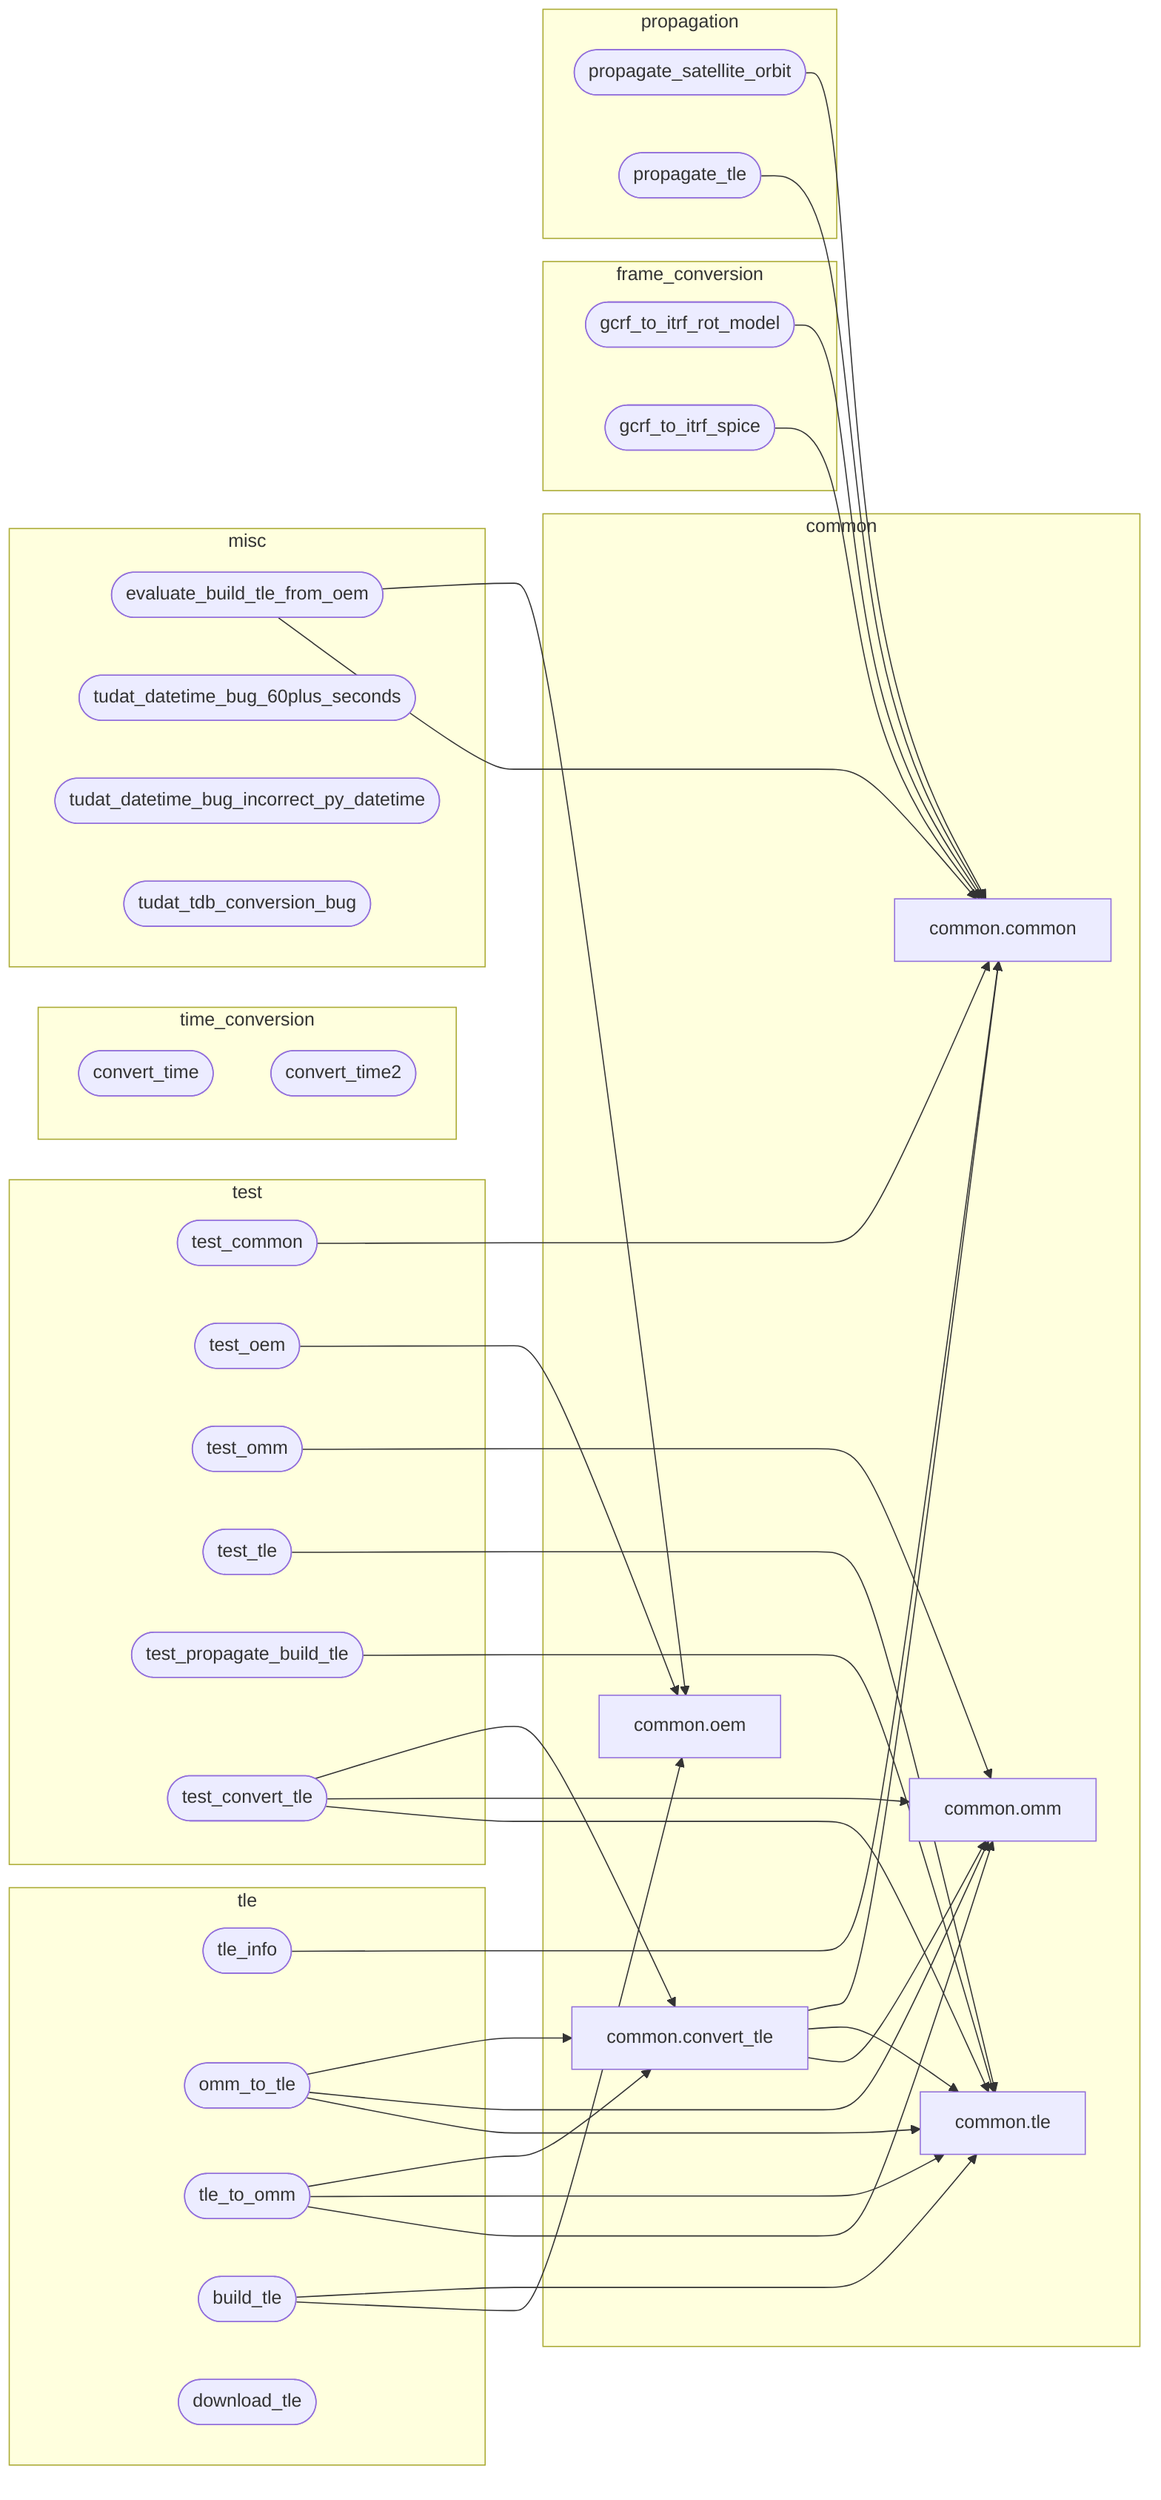
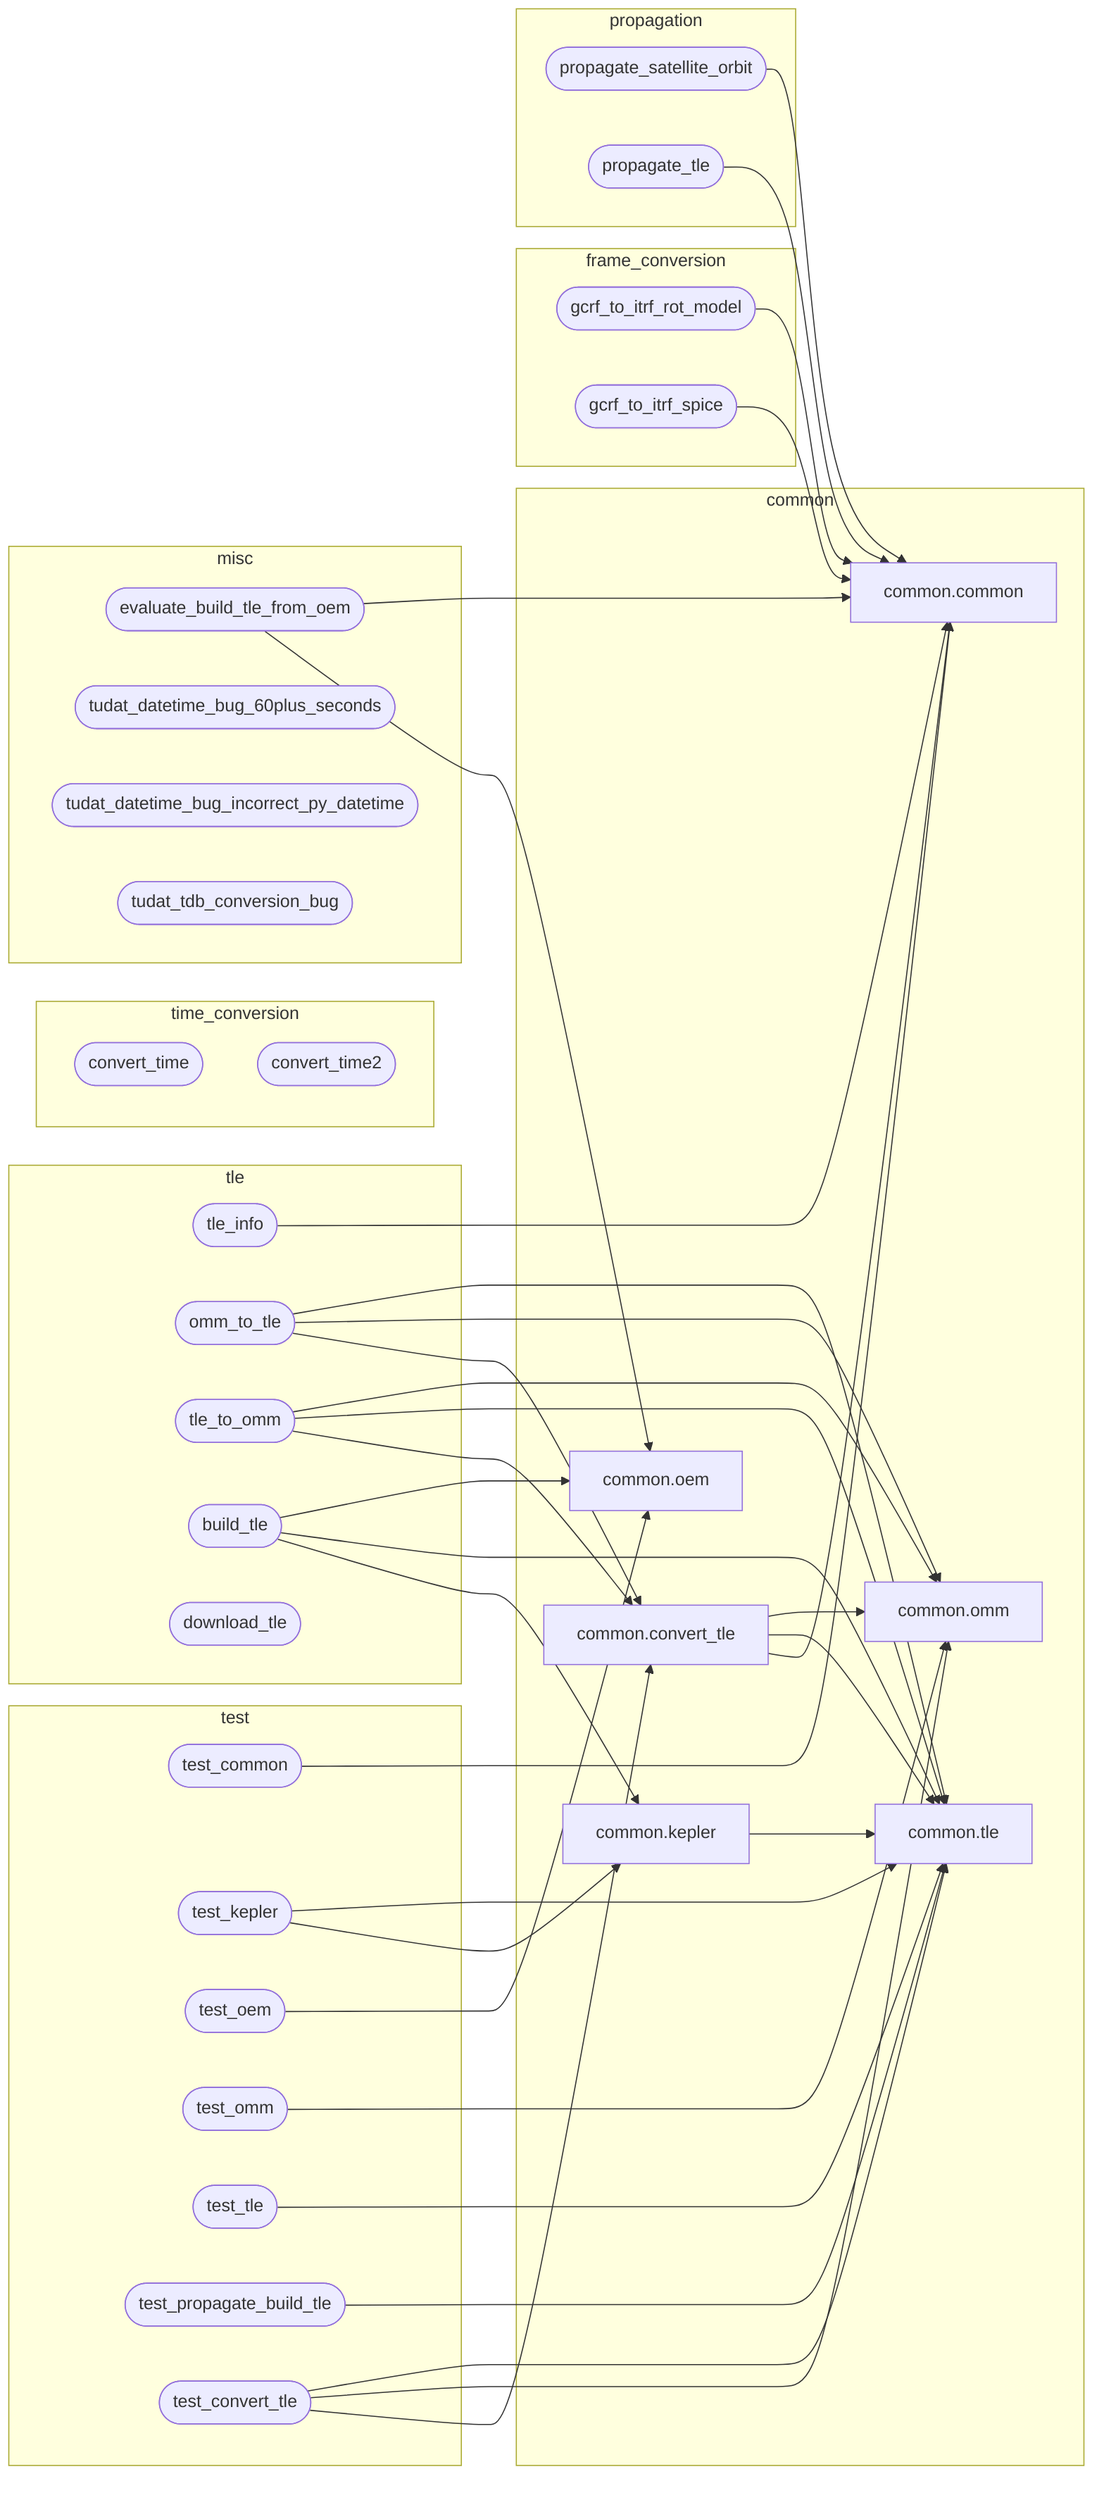
---
config:
  flowchart:
    curve: basis
---
graph LR

%% Internal Python module dependencies
%% Standalone scripts use stadium shape ([...])
%% Library modules use default rectangle shape [...]

    subgraph common
        mod_common_common[common.common]
+         mod_common_kepler[common.kepler]
        mod_common_oem[common.oem]
        mod_common_tle[common.tle]
        mod_common_omm[common.omm]
        mod_common_convert_tle[common.convert_tle]
    end

    subgraph frame_conversion
        mod_frame_conversion_gcrf_to_itrf_rot_model([gcrf_to_itrf_rot_model])
        mod_frame_conversion_gcrf_to_itrf_spice([gcrf_to_itrf_spice])
    end

    subgraph propagation
        mod_propagation_propagate_satellite_orbit([propagate_satellite_orbit])
        mod_propagation_propagate_tle([propagate_tle])
    end

    subgraph tle
        mod_tle_tle_info([tle_info])
        mod_tle_omm_to_tle([omm_to_tle])
        mod_tle_tle_to_omm([tle_to_omm])
        mod_tle_build_tle([build_tle])
        mod_tle_download_tle([download_tle])
    end

    subgraph test
        mod_test_test_common([test_common])
+         mod_test_test_kepler([test_kepler])
        mod_test_test_oem([test_oem])
        mod_test_test_omm([test_omm])
        mod_test_test_tle([test_tle])
        mod_test_test_propagate_build_tle([test_propagate_build_tle])
        mod_test_test_convert_tle([test_convert_tle])
    end

    subgraph time_conversion
        mod_time_conversion_tools_convert_time([convert_time])
        mod_time_conversion_tools_convert_time2([convert_time2])
    end

    subgraph misc
        mod_misc_evaluate_build_tle_from_oem([evaluate_build_tle_from_oem])
        mod_misc_tudat_datetime_bug_60plus_seconds([tudat_datetime_bug_60plus_seconds])
        mod_misc_tudat_datetime_bug_incorrect_py_datetime([tudat_datetime_bug_incorrect_py_datetime])
        mod_misc_tudat_tdb_conversion_bug([tudat_tdb_conversion_bug])
    end

    %% Edges
    mod_common_convert_tle --> mod_common_common
    mod_common_convert_tle --> mod_common_tle
    mod_common_convert_tle --> mod_common_omm
+     mod_common_kepler --> mod_common_tle
    mod_frame_conversion_gcrf_to_itrf_rot_model --> mod_common_common
    mod_frame_conversion_gcrf_to_itrf_spice --> mod_common_common
    mod_propagation_propagate_satellite_orbit --> mod_common_common
    mod_propagation_propagate_tle --> mod_common_common
    mod_test_test_convert_tle --> mod_common_convert_tle
    mod_test_test_convert_tle --> mod_common_omm
    mod_test_test_convert_tle --> mod_common_tle
+     mod_test_test_kepler --> mod_common_kepler
+     mod_test_test_kepler --> mod_common_tle
    mod_test_test_oem --> mod_common_oem
    mod_test_test_omm --> mod_common_omm
    mod_test_test_tle --> mod_common_tle
+     mod_tle_build_tle --> mod_common_kepler
    mod_tle_build_tle --> mod_common_tle
    mod_tle_build_tle --> mod_common_oem
    mod_tle_omm_to_tle --> mod_common_convert_tle
    mod_tle_omm_to_tle --> mod_common_omm
    mod_tle_omm_to_tle --> mod_common_tle
    mod_tle_tle_info --> mod_common_common
    mod_tle_tle_to_omm --> mod_common_convert_tle
    mod_tle_tle_to_omm --> mod_common_tle
    mod_tle_tle_to_omm --> mod_common_omm
    mod_test_test_common --> mod_common_common
    mod_test_test_propagate_build_tle --> mod_common_tle
    mod_misc_evaluate_build_tle_from_oem --> mod_common_oem
    mod_misc_evaluate_build_tle_from_oem --> mod_common_common
